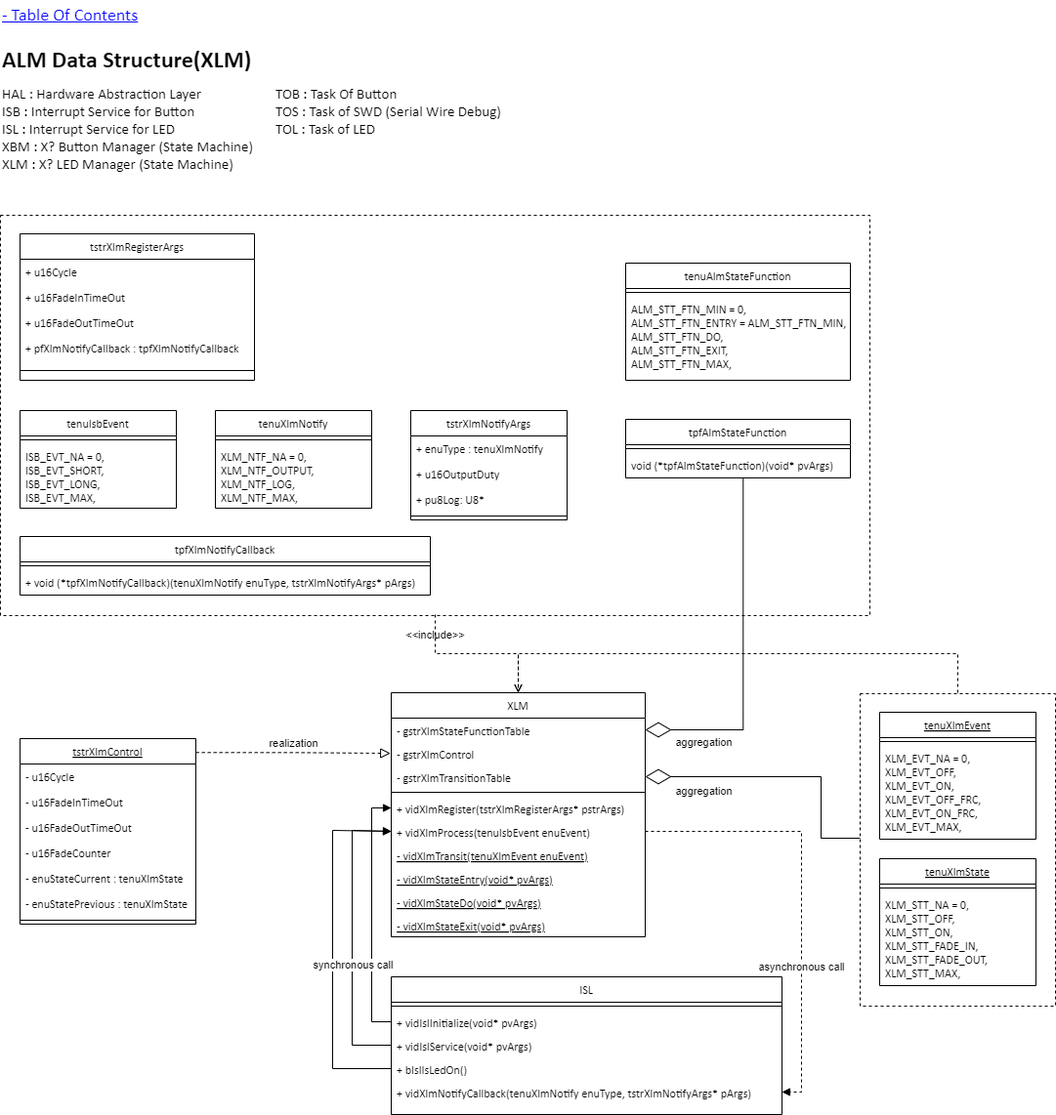
The draw.io diagram Resources/Part2/Part2_ALM_DataStructure_XLM.drawio.png in gtuja/CSC_MS, before a commit. Source tidied: cells renumbered, new cells last; positions are measured from the earlier drawing's top-left corner, leaving out a move shared by most shapes.
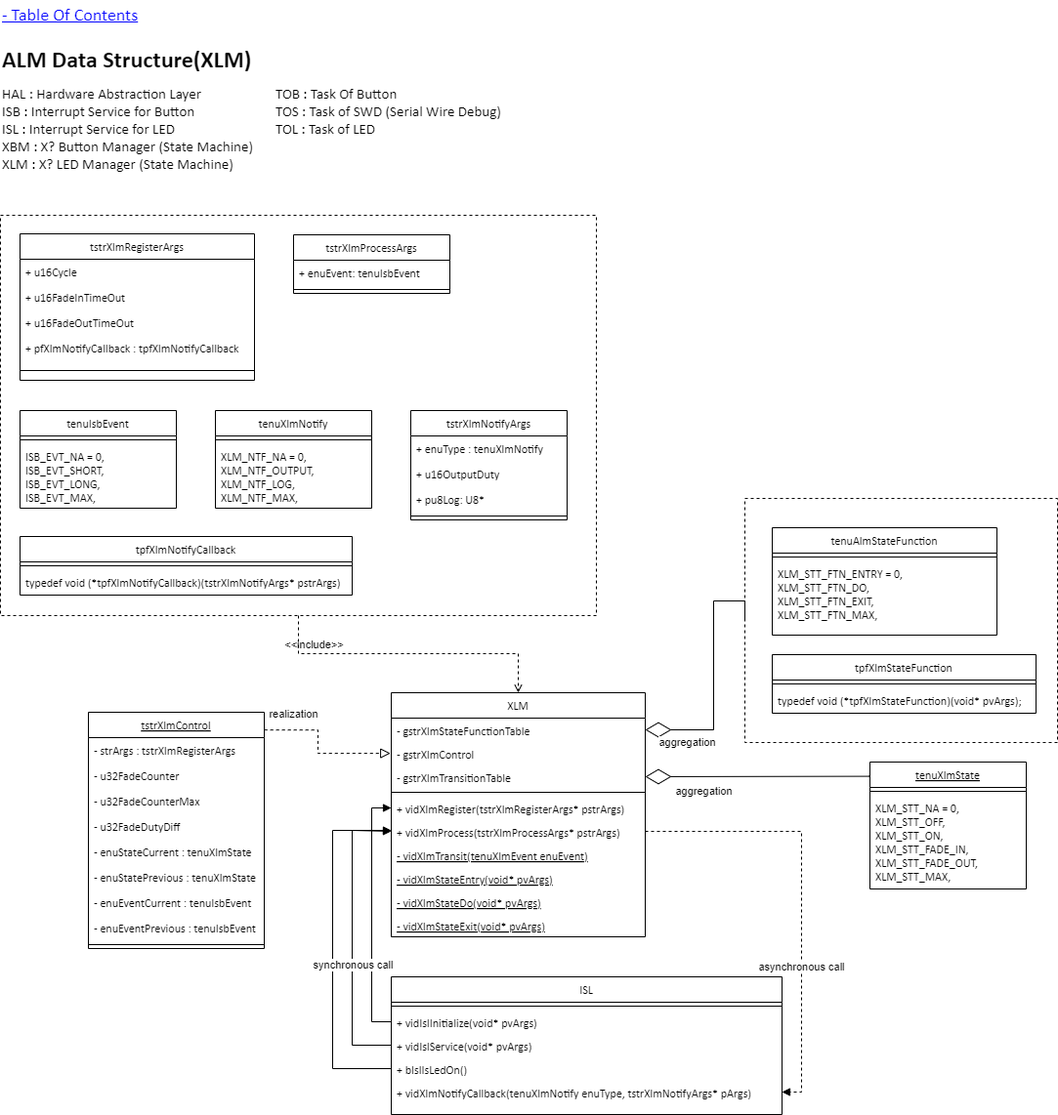
Above is the later version.

Diff of the diagram source:
```diff
@@ -3,7 +3,7 @@
     <mxCell id="0" />
     <mxCell id="1" parent="0" />
     <mxCell id="2" value="tenuXlmState" style="swimlane;fontStyle=4;align=center;verticalAlign=top;horizontal=1;startSize=26;rounded=0;shadow=0;strokeWidth=1;fontFamily=Calibri;" parent="1" vertex="1">
-      <mxGeometry x="900" y="879" width="160" height="130" as="geometry" />
+      <mxGeometry x="890" y="780" width="160" height="130" as="geometry" />
     </mxCell>
     <mxCell id="3" style="line;html=1;strokeWidth=1;align=left;verticalAlign=middle;spacingTop=-1;spacingLeft=3;spacingRight=3;labelPosition=right;fontFamily=Calibri;" parent="2" vertex="1">
       <mxGeometry y="26" width="160" height="8" as="geometry" />
@@ -20,32 +20,23 @@
     <mxCell id="7" value="&lt;div style=&quot;font-size: 15px;&quot;&gt;&lt;span style=&quot;font-size: 15px;&quot;&gt;TOB : Task Of Button&lt;/span&gt;&lt;/div&gt;&lt;div style=&quot;font-size: 15px;&quot;&gt;&lt;span style=&quot;font-size: 15px;&quot;&gt;TOS : Task of SWD (Serial Wire Debug)&lt;/span&gt;&lt;/div&gt;&lt;div style=&quot;font-size: 15px;&quot;&gt;TOL : Task of LED&lt;span style=&quot;font-size: 15px;&quot;&gt;&lt;br&gt;&lt;/span&gt;&lt;/div&gt;" style="text;html=1;align=left;verticalAlign=top;whiteSpace=wrap;rounded=0;fontFamily=Calibri;labelBackgroundColor=default;fontSize=15;" parent="1" vertex="1">
       <mxGeometry x="280" y="80" width="260" height="80" as="geometry" />
     </mxCell>
-    <mxCell id="8" value="tenuXlmEvent" style="swimlane;fontStyle=4;align=center;verticalAlign=top;horizontal=1;startSize=26;rounded=0;shadow=0;strokeWidth=1;fontFamily=Calibri;" parent="1" vertex="1">
-      <mxGeometry x="900" y="729" width="160" height="130" as="geometry" />
-    </mxCell>
-    <mxCell id="9" style="line;html=1;strokeWidth=1;align=left;verticalAlign=middle;spacingTop=-1;spacingLeft=3;spacingRight=3;labelPosition=right;fontFamily=Calibri;" parent="8" vertex="1">
-      <mxGeometry y="26" width="160" height="8" as="geometry" />
-    </mxCell>
-    <mxCell id="10" value="XLM_EVT_NA = 0,&#10;XLM_EVT_OFF,&#10;XLM_EVT_ON,&#10;XLM_EVT_OFF_FRC,&#10;XLM_EVT_ON_FRC,&#10;XLM_EVT_MAX," style="text;align=left;verticalAlign=top;spacingLeft=4;spacingRight=4;overflow=hidden;fontFamily=Calibri;" parent="8" vertex="1">
-      <mxGeometry y="34" width="160" height="96" as="geometry" />
-    </mxCell>
     <mxCell id="11" value="tenuAlmStateFunction" style="swimlane;fontStyle=0;align=center;verticalAlign=top;horizontal=1;startSize=26;rounded=0;shadow=0;strokeWidth=1;fontFamily=Calibri;" parent="1" vertex="1">
-      <mxGeometry x="640" y="269" width="230" height="120" as="geometry" />
+      <mxGeometry x="790" y="540" width="230" height="110" as="geometry" />
     </mxCell>
     <mxCell id="12" style="line;html=1;strokeWidth=1;align=left;verticalAlign=middle;spacingTop=-1;spacingLeft=3;spacingRight=3;labelPosition=right;fontFamily=Calibri;" parent="11" vertex="1">
       <mxGeometry y="26" width="230" height="8" as="geometry" />
     </mxCell>
-    <mxCell id="13" value="ALM_STT_FTN_MIN = 0,&#10;ALM_STT_FTN_ENTRY = ALM_STT_FTN_MIN,&#10;ALM_STT_FTN_DO,&#10;ALM_STT_FTN_EXIT,&#10;ALM_STT_FTN_MAX," style="text;align=left;verticalAlign=top;spacingLeft=4;spacingRight=4;overflow=hidden;fontFamily=Calibri;" parent="11" vertex="1">
-      <mxGeometry y="34" width="230" height="86" as="geometry" />
+    <mxCell id="13" value="XLM_STT_FTN_ENTRY = 0,&#10;XLM_STT_FTN_DO,&#10;XLM_STT_FTN_EXIT,&#10;XLM_STT_FTN_MAX," style="text;align=left;verticalAlign=top;spacingLeft=4;spacingRight=4;overflow=hidden;fontFamily=Calibri;" parent="11" vertex="1">
+      <mxGeometry y="34" width="230" height="76" as="geometry" />
     </mxCell>
-    <mxCell id="14" value="tpfAlmStateFunction" style="swimlane;fontStyle=0;align=center;verticalAlign=top;horizontal=1;startSize=26;rounded=0;shadow=0;strokeWidth=1;fontFamily=Calibri;" parent="1" vertex="1">
-      <mxGeometry x="640" y="429" width="230" height="60" as="geometry" />
+    <mxCell id="14" value="tpfXlmStateFunction" style="swimlane;fontStyle=0;align=center;verticalAlign=top;horizontal=1;startSize=26;rounded=0;shadow=0;strokeWidth=1;fontFamily=Calibri;" parent="1" vertex="1">
+      <mxGeometry x="790" y="670" width="270" height="60" as="geometry" />
     </mxCell>
     <mxCell id="15" style="line;html=1;strokeWidth=1;align=left;verticalAlign=middle;spacingTop=-1;spacingLeft=3;spacingRight=3;labelPosition=right;fontFamily=Calibri;" parent="14" vertex="1">
-      <mxGeometry y="26" width="230" height="8" as="geometry" />
+      <mxGeometry y="26" width="270" height="8" as="geometry" />
     </mxCell>
-    <mxCell id="16" value="void (*tpfAlmStateFunction)(void* pvArgs)" style="text;align=left;verticalAlign=top;spacingLeft=4;spacingRight=4;overflow=hidden;points=[[0,0.5],[1,0.5]];portConstraint=eastwest;fontFamily=Calibri;" parent="14" vertex="1">
-      <mxGeometry y="34" width="230" height="26" as="geometry" />
+    <mxCell id="16" value="typedef void (*tpfXlmStateFunction)(void* pvArgs);" style="text;align=left;verticalAlign=top;spacingLeft=4;spacingRight=4;overflow=hidden;points=[[0,0.5],[1,0.5]];portConstraint=eastwest;fontFamily=Calibri;" parent="14" vertex="1">
+      <mxGeometry y="34" width="270" height="26" as="geometry" />
     </mxCell>
     <mxCell id="17" value="- Table Of Contents" style="text;html=1;align=left;verticalAlign=middle;whiteSpace=wrap;rounded=0;fontStyle=4;fontFamily=Calibri;fontSize=18;fontColor=#0000FF;" parent="1" vertex="1">
       <mxGeometry width="240" height="30" as="geometry" />
@@ -68,7 +59,7 @@
     <mxCell id="23" value="+ vidXlmRegister(tstrXlmRegisterArgs* pstrArgs)" style="text;align=left;verticalAlign=top;spacingLeft=4;spacingRight=4;overflow=hidden;points=[[0,0.5],[1,0.5]];portConstraint=eastwest;fontFamily=Calibri;" parent="18" vertex="1">
       <mxGeometry y="106" width="260" height="24" as="geometry" />
     </mxCell>
-    <mxCell id="24" value="+ vidXlmProcess(tenuIsbEvent enuEvent)" style="text;align=left;verticalAlign=top;spacingLeft=4;spacingRight=4;overflow=hidden;points=[[0,0.5],[1,0.5]];portConstraint=eastwest;fontFamily=Calibri;" parent="18" vertex="1">
+    <mxCell id="24" value="+ vidXlmProcess(tstrXlmProcessArgs* pstrArgs)" style="text;align=left;verticalAlign=top;spacingLeft=4;spacingRight=4;overflow=hidden;points=[[0,0.5],[1,0.5]];portConstraint=eastwest;fontFamily=Calibri;" parent="18" vertex="1">
       <mxGeometry y="130" width="260" height="24" as="geometry" />
     </mxCell>
     <mxCell id="25" value="- vidXlmTransit(tenuXlmEvent enuEvent)" style="text;align=left;verticalAlign=top;spacingLeft=4;spacingRight=4;overflow=hidden;fontFamily=Calibri;fontStyle=4;" parent="18" vertex="1">
@@ -84,28 +75,34 @@
       <mxGeometry y="226" width="260" height="24" as="geometry" />
     </mxCell>
     <mxCell id="29" value="tstrXlmControl" style="swimlane;fontStyle=4;align=center;verticalAlign=top;horizontal=1;startSize=26;rounded=0;shadow=0;strokeWidth=1;fontFamily=Calibri;" parent="1" vertex="1">
-      <mxGeometry x="20" y="756" width="180" height="190" as="geometry" />
+      <mxGeometry x="90" y="729" width="180" height="242" as="geometry" />
     </mxCell>
-    <mxCell id="30" value="- u16Cycle" style="text;align=left;verticalAlign=top;spacingLeft=4;spacingRight=4;overflow=hidden;fontFamily=Calibri;" parent="29" vertex="1">
+    <mxCell id="30" value="- strArgs : tstrXlmRegisterArgs" style="text;align=left;verticalAlign=top;spacingLeft=4;spacingRight=4;overflow=hidden;fontFamily=Calibri;" parent="29" vertex="1">
       <mxGeometry y="26" width="180" height="26" as="geometry" />
     </mxCell>
-    <mxCell id="31" value="- u16FadeInTimeOut" style="text;align=left;verticalAlign=top;spacingLeft=4;spacingRight=4;overflow=hidden;rounded=0;shadow=0;html=0;fontFamily=Calibri;" parent="29" vertex="1">
-      <mxGeometry y="52" width="180" height="26" as="geometry" />
-    </mxCell>
-    <mxCell id="32" value="- u16FadeOutTimeOut" style="text;align=left;verticalAlign=top;spacingLeft=4;spacingRight=4;overflow=hidden;rounded=0;shadow=0;html=0;fontFamily=Calibri;" parent="29" vertex="1">
-      <mxGeometry y="78" width="180" height="26" as="geometry" />
-    </mxCell>
-    <mxCell id="33" value="- u16FadeCounter" style="text;align=left;verticalAlign=top;spacingLeft=4;spacingRight=4;overflow=hidden;rounded=0;shadow=0;html=0;fontFamily=Calibri;" parent="29" vertex="1">
-      <mxGeometry y="104" width="180" height="26" as="geometry" />
+    <mxCell id="33" value="- u32FadeCounter" style="text;align=left;verticalAlign=top;spacingLeft=4;spacingRight=4;overflow=hidden;rounded=0;shadow=0;html=0;fontFamily=Calibri;" parent="29" vertex="1">
+      <mxGeometry y="52" width="180" height="26" as="geometry" />
     </mxCell>
+    <mxCell id="76" value="- u32FadeCounterMax" style="text;align=left;verticalAlign=top;spacingLeft=4;spacingRight=4;overflow=hidden;rounded=0;shadow=0;html=0;fontFamily=Calibri;" parent="29" vertex="1">
+      <mxGeometry y="78" width="180" height="26" as="geometry" />
+    </mxCell>
+    <mxCell id="77" value="- u32FadeDutyDiff" style="text;align=left;verticalAlign=top;spacingLeft=4;spacingRight=4;overflow=hidden;rounded=0;shadow=0;html=0;fontFamily=Calibri;" parent="29" vertex="1">
+      <mxGeometry y="104" width="180" height="26" as="geometry" />
+    </mxCell>
     <mxCell id="34" value="- enuStateCurrent : tenuXlmState" style="text;align=left;verticalAlign=top;spacingLeft=4;spacingRight=4;overflow=hidden;rounded=0;shadow=0;html=0;fontFamily=Calibri;" parent="29" vertex="1">
       <mxGeometry y="130" width="180" height="26" as="geometry" />
     </mxCell>
     <mxCell id="35" value="- enuStatePrevious : tenuXlmState" style="text;align=left;verticalAlign=top;spacingLeft=4;spacingRight=4;overflow=hidden;rounded=0;shadow=0;html=0;fontFamily=Calibri;" parent="29" vertex="1">
       <mxGeometry y="156" width="180" height="26" as="geometry" />
     </mxCell>
+    <mxCell id="78" value="- enuEventCurrent : tenuIsbEvent" style="text;align=left;verticalAlign=top;spacingLeft=4;spacingRight=4;overflow=hidden;rounded=0;shadow=0;html=0;fontFamily=Calibri;" parent="29" vertex="1">
+      <mxGeometry y="182" width="180" height="26" as="geometry" />
+    </mxCell>
+    <mxCell id="79" value="- enuEventPrevious : tenuIsbEvent" style="text;align=left;verticalAlign=top;spacingLeft=4;spacingRight=4;overflow=hidden;rounded=0;shadow=0;html=0;fontFamily=Calibri;" parent="29" vertex="1">
+      <mxGeometry y="208" width="180" height="26" as="geometry" />
+    </mxCell>
     <mxCell id="36" style="line;html=1;strokeWidth=1;align=left;verticalAlign=middle;spacingTop=-1;spacingLeft=3;spacingRight=3;labelPosition=right;fontFamily=Calibri;" parent="29" vertex="1">
-      <mxGeometry y="182" width="180" height="8" as="geometry" />
+      <mxGeometry y="234" width="180" height="8" as="geometry" />
     </mxCell>
     <mxCell id="37" value="tenuXlmNotify" style="swimlane;fontStyle=0;align=center;verticalAlign=top;horizontal=1;startSize=26;rounded=0;shadow=0;strokeWidth=1;fontFamily=Calibri;" parent="1" vertex="1">
       <mxGeometry x="220" y="420" width="160" height="100" as="geometry" />
@@ -117,13 +114,13 @@
       <mxGeometry y="34" width="160" height="66" as="geometry" />
     </mxCell>
     <mxCell id="40" value="tpfXlmNotifyCallback" style="swimlane;fontStyle=0;align=center;verticalAlign=top;horizontal=1;startSize=26;rounded=0;shadow=0;strokeWidth=1;fontFamily=Calibri;" parent="1" vertex="1">
-      <mxGeometry x="20" y="549" width="420" height="60" as="geometry" />
+      <mxGeometry x="20" y="549" width="340" height="60" as="geometry" />
     </mxCell>
     <mxCell id="41" style="line;html=1;strokeWidth=1;align=left;verticalAlign=middle;spacingTop=-1;spacingLeft=3;spacingRight=3;labelPosition=right;fontFamily=Calibri;" parent="40" vertex="1">
-      <mxGeometry y="26" width="420" height="8" as="geometry" />
+      <mxGeometry y="26" width="340" height="8" as="geometry" />
     </mxCell>
-    <mxCell id="42" value="+ void (*tpfXlmNotifyCallback)(tenuXlmNotify enuType, tstrXlmNotifyArgs* pArgs)" style="text;align=left;verticalAlign=top;spacingLeft=4;spacingRight=4;overflow=hidden;fontFamily=Calibri;" parent="40" vertex="1">
-      <mxGeometry y="34" width="420" height="26" as="geometry" />
+    <mxCell id="42" value="typedef void (*tpfXlmNotifyCallback)(tstrXlmNotifyArgs* pstrArgs)" style="text;align=left;verticalAlign=top;spacingLeft=4;spacingRight=4;overflow=hidden;fontFamily=Calibri;" parent="40" vertex="1">
+      <mxGeometry y="34" width="340" height="26" as="geometry" />
     </mxCell>
     <mxCell id="43" value="tstrXlmNotifyArgs" style="swimlane;fontStyle=0;align=center;verticalAlign=top;horizontal=1;startSize=26;rounded=0;shadow=0;strokeWidth=1;fontFamily=Calibri;" parent="1" vertex="1">
       <mxGeometry x="420" y="420" width="160" height="112" as="geometry" />
@@ -188,33 +185,30 @@
       <mxGeometry x="820" y="989" as="geometry" />
     </mxCell>
     <mxCell id="58" value="realization" style="endArrow=block;startArrow=none;endFill=0;startFill=0;endSize=8;html=1;verticalAlign=bottom;dashed=1;labelBackgroundColor=none;rounded=0;exitX=1.001;exitY=0.075;exitDx=0;exitDy=0;exitPerimeter=0;entryX=-0.003;entryY=0.503;entryDx=0;entryDy=0;edgeStyle=orthogonalEdgeStyle;entryPerimeter=0;" parent="1" edge="1" source="29" target="20">
-      <mxGeometry relative="1" as="geometry" />
+      <mxGeometry x="-0.61" y="7" relative="1" as="geometry">
+        <Array as="points">
+          <mxPoint x="325" y="747" />
+          <mxPoint x="325" y="771" />
+        </Array>
+      </mxGeometry>
     </mxCell>
-    <mxCell id="59" value="aggregation" style="endArrow=diamondThin;endFill=0;endSize=24;html=1;rounded=0;entryX=1;entryY=0.5;entryDx=0;entryDy=0;exitX=0.523;exitY=0.997;exitDx=0;exitDy=0;edgeStyle=orthogonalEdgeStyle;exitPerimeter=0;" parent="1" edge="1" source="16" target="19">
+    <mxCell id="59" value="aggregation" style="endArrow=diamondThin;endFill=0;endSize=24;html=1;rounded=0;entryX=1;entryY=0.5;entryDx=0;entryDy=0;edgeStyle=orthogonalEdgeStyle;exitX=0;exitY=0.5;exitDx=0;exitDy=0;" parent="1" edge="1" source="80" target="19">
       <mxGeometry x="0.67" y="13" relative="1" as="geometry">
         <Array as="points">
-          <mxPoint x="760" y="747" />
+          <mxPoint x="730" y="615" />
+          <mxPoint x="730" y="747" />
         </Array>
       </mxGeometry>
     </mxCell>
     <mxCell id="60" value="&amp;lt;&amp;lt;include&amp;gt;&amp;gt;" style="html=1;verticalAlign=bottom;labelBackgroundColor=none;endArrow=open;endFill=0;dashed=1;rounded=0;entryX=0.5;entryY=0;entryDx=0;entryDy=0;edgeStyle=orthogonalEdgeStyle;exitX=0.5;exitY=1;exitDx=0;exitDy=0;" parent="1" edge="1" target="18">
       <mxGeometry x="-0.64" relative="1" as="geometry">
-        <mxPoint x="445" y="629" as="sourcePoint" />
+        <mxPoint x="305" y="630" as="sourcePoint" />
         <Array as="points">
-          <mxPoint x="445" y="669" />
+          <mxPoint x="305" y="669" />
           <mxPoint x="530" y="669" />
         </Array>
       </mxGeometry>
     </mxCell>
-    <mxCell id="61" style="html=1;verticalAlign=bottom;labelBackgroundColor=none;endArrow=open;endFill=0;dashed=1;rounded=0;edgeStyle=orthogonalEdgeStyle;exitX=0.5;exitY=0;exitDx=0;exitDy=0;entryX=0.5;entryY=0;entryDx=0;entryDy=0;" parent="1" edge="1" target="18">
-      <mxGeometry x="-0.64" relative="1" as="geometry">
-        <mxPoint x="980" y="709" as="sourcePoint" />
-        <Array as="points">
-          <mxPoint x="980" y="669" />
-          <mxPoint x="530" y="669" />
-        </Array>
-      </mxGeometry>
-    </mxCell>
     <mxCell id="62" value="tstrXlmRegisterArgs" style="swimlane;fontStyle=0;align=center;verticalAlign=top;horizontal=1;startSize=26;rounded=0;shadow=0;strokeWidth=1;fontFamily=Calibri;" parent="1" vertex="1">
       <mxGeometry x="20" y="239" width="240" height="150" as="geometry" />
     </mxCell>
@@ -242,8 +236,9 @@
     <mxCell id="70" value="ISB_EVT_NA = 0,&#10;ISB_EVT_SHORT,&#10;ISB_EVT_LONG,&#10;ISB_EVT_MAX," style="text;align=left;verticalAlign=top;spacingLeft=4;spacingRight=4;overflow=hidden;fontFamily=Calibri;" parent="68" vertex="1">
       <mxGeometry y="34" width="160" height="66" as="geometry" />
     </mxCell>
-    <mxCell id="71" style="html=1;verticalAlign=bottom;labelBackgroundColor=none;endArrow=block;endFill=1;rounded=0;edgeStyle=orthogonalEdgeStyle;exitX=0;exitY=0.5;exitDx=0;exitDy=0;entryX=0;entryY=0.5;entryDx=0;entryDy=0;" parent="1" edge="1" source="52" target="24">
+    <mxCell id="71" style="html=1;verticalAlign=bottom;labelBackgroundColor=none;endArrow=block;endFill=1;rounded=0;edgeStyle=orthogonalEdgeStyle;exitX=0;exitY=0.5;exitDx=0;exitDy=0;" parent="1" edge="1" source="52">
       <mxGeometry relative="1" as="geometry">
+        <mxPoint x="400" y="850" as="targetPoint" />
         <Array as="points">
           <mxPoint x="340" y="1094" />
           <mxPoint x="340" y="850" />
@@ -256,21 +251,27 @@
         <mxPoint x="-9" y="28" as="offset" />
       </mxGeometry>
     </mxCell>
-    <mxCell id="73" style="rounded=0;whiteSpace=wrap;html=1;fillColor=none;dashed=1;" parent="1" vertex="1">
-      <mxGeometry y="220" width="890" height="410" as="geometry" />
-    </mxCell>
-    <mxCell id="74" value="aggregation" style="endArrow=diamondThin;endFill=0;endSize=24;html=1;rounded=0;entryX=1;entryY=0.5;entryDx=0;entryDy=0;edgeStyle=orthogonalEdgeStyle;" parent="1" edge="1" target="21">
-      <mxGeometry x="0.58" y="15" relative="1" as="geometry">
-        <mxPoint x="880" y="858" as="sourcePoint" />
+    <mxCell id="74" value="aggregation" style="endArrow=diamondThin;endFill=0;endSize=24;html=1;rounded=0;entryX=1;entryY=0.5;entryDx=0;entryDy=0;edgeStyle=orthogonalEdgeStyle;exitX=0.001;exitY=0.112;exitDx=0;exitDy=0;exitPerimeter=0;" parent="1" edge="1" source="2" target="21">
+      <mxGeometry x="0.48" y="15" relative="1" as="geometry">
         <Array as="points">
-          <mxPoint x="880" y="858" />
-          <mxPoint x="840" y="858" />
-          <mxPoint x="840" y="795" />
+          <mxPoint x="889" y="795" />
         </Array>
       </mxGeometry>
     </mxCell>
-    <mxCell id="75" style="rounded=0;whiteSpace=wrap;html=1;fillColor=none;dashed=1;" parent="1" vertex="1">
-      <mxGeometry x="880" y="710" width="200" height="320" as="geometry" />
-    </mxCell>
+    <mxCell id="80" style="rounded=0;whiteSpace=wrap;html=1;fillColor=none;dashed=1;" parent="1" vertex="1">
+      <mxGeometry x="762" y="510" width="320" height="250" as="geometry" />
+    </mxCell>
+    <mxCell id="81" value="tstrXlmProcessArgs" style="swimlane;fontStyle=0;align=center;verticalAlign=top;horizontal=1;startSize=26;rounded=0;shadow=0;strokeWidth=1;fontFamily=Calibri;" parent="1" vertex="1">
+      <mxGeometry x="300" y="240" width="160" height="60" as="geometry" />
+    </mxCell>
+    <mxCell id="82" value="+ enuEvent: tenuIsbEvent" style="text;align=left;verticalAlign=top;spacingLeft=4;spacingRight=4;overflow=hidden;fontFamily=Calibri;" parent="81" vertex="1">
+      <mxGeometry y="26" width="160" height="26" as="geometry" />
+    </mxCell>
+    <mxCell id="83" style="line;html=1;strokeWidth=1;align=left;verticalAlign=middle;spacingTop=-1;spacingLeft=3;spacingRight=3;labelPosition=right;fontFamily=Calibri;" parent="81" vertex="1">
+      <mxGeometry y="52" width="160" height="8" as="geometry" />
+    </mxCell>
+    <mxCell id="84" style="rounded=0;whiteSpace=wrap;html=1;fillColor=none;dashed=1;" parent="1" vertex="1">
+      <mxGeometry y="220" width="610" height="410" as="geometry" />
+    </mxCell>
   </root>
 </mxGraphModel>
```
